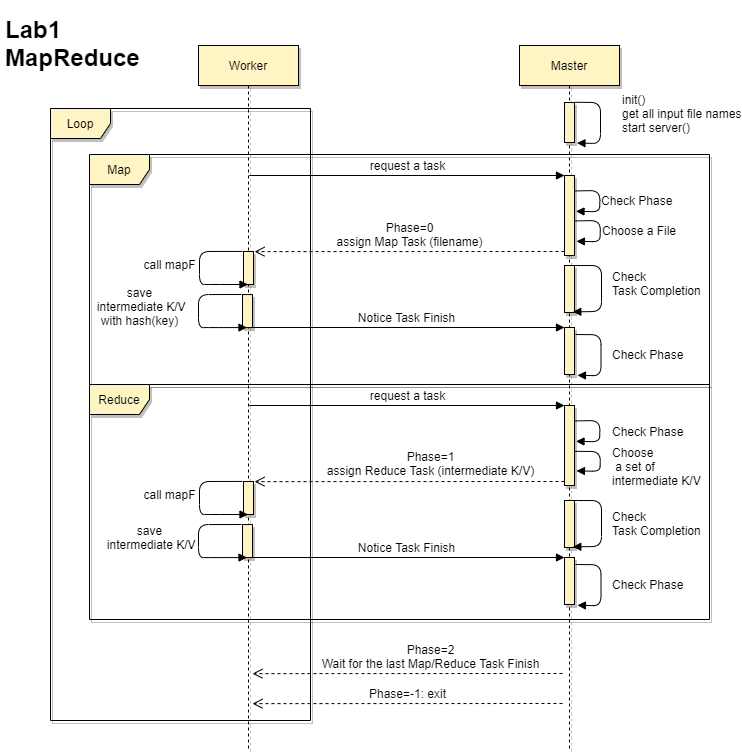
ricemaster/6.824-mit-2020 keeps this draw.io diagram as src/mr/img/seq.png. Above is the earlier version. Source tidied: cells renumbered, new cells last; positions are measured from the earlier drawing's top-left corner, leaving out a move shared by most shapes.
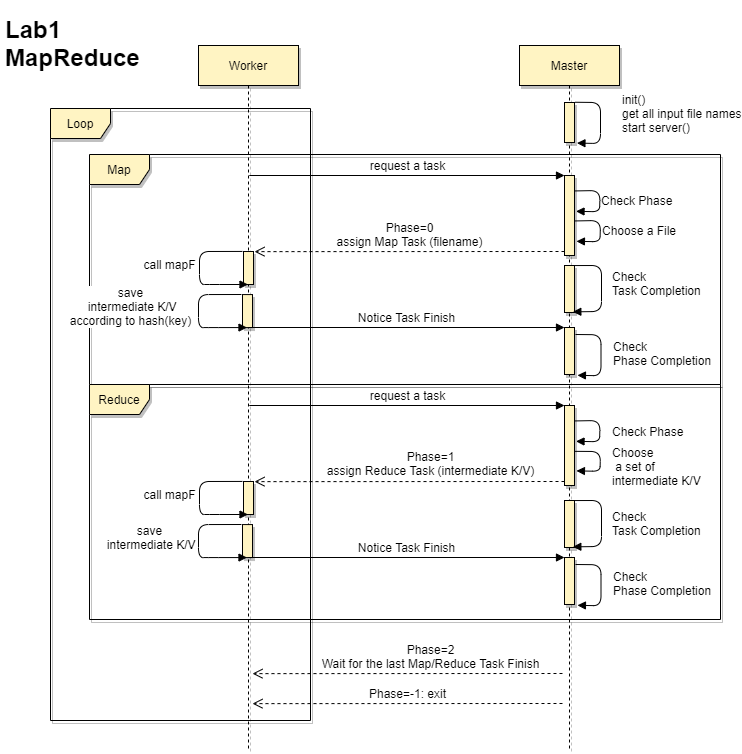
Later version of the same file.

The edit, as a diff of the source:
```diff
@@ -2,11 +2,14 @@
   <root>
     <mxCell id="0" />
     <mxCell id="1" parent="0" />
+    <mxCell id="39" value="Loop" style="shape=umlFrame;whiteSpace=wrap;html=1;shadow=1;fillColor=#FFF4C3;" parent="1" vertex="1">
+      <mxGeometry x="50" y="98" width="260" height="612" as="geometry" />
+    </mxCell>
     <mxCell id="2" value="&lt;font style=&quot;font-size: 10px&quot;&gt;Map&lt;br&gt;&lt;/font&gt;" style="shape=umlFrame;whiteSpace=wrap;html=1;shadow=1;fillColor=#FFF4C3;" parent="1" vertex="1">
-      <mxGeometry x="89" y="144" width="620" height="230" as="geometry" />
+      <mxGeometry x="89" y="144" width="631" height="230" as="geometry" />
     </mxCell>
     <mxCell id="3" value="Reduce" style="shape=umlFrame;whiteSpace=wrap;html=1;shadow=1;fillColor=#FFF4C3;" parent="1" vertex="1">
-      <mxGeometry x="89" y="374" width="620" height="235" as="geometry" />
+      <mxGeometry x="89" y="374" width="631" height="235" as="geometry" />
     </mxCell>
     <mxCell id="4" value="Worker" style="shape=umlLifeline;perimeter=lifelinePerimeter;whiteSpace=wrap;html=1;shadow=1;fillColor=#FFF4C3;" parent="1" vertex="1">
       <mxGeometry x="198" y="35" width="100" height="705" as="geometry" />
@@ -70,15 +73,15 @@
     <mxCell id="16" style="html=1;points=[];perimeter=orthogonalPerimeter;shadow=1;fillColor=#FFF4C3;" parent="1" vertex="1">
       <mxGeometry x="242" y="284.1" width="10" height="33" as="geometry" />
     </mxCell>
-    <mxCell id="17" value="save&lt;br&gt;&amp;nbsp;intermediate K/V&lt;br&gt;with hash(key)" style="html=1;verticalAlign=bottom;endArrow=block;exitX=-0.107;exitY=-0.002;exitDx=0;exitDy=0;exitPerimeter=0;" parent="1" edge="1" source="16">
-      <mxGeometry x="0.22" y="-59" relative="1" as="geometry">
+    <mxCell id="17" value="save&lt;br&gt;&amp;nbsp;intermediate K/V&lt;br&gt;according to hash(key)" style="html=1;verticalAlign=bottom;endArrow=block;exitX=-0.107;exitY=-0.002;exitDx=0;exitDy=0;exitPerimeter=0;" parent="1" edge="1" source="16">
+      <mxGeometry x="0.22" y="-68" relative="1" as="geometry">
         <mxPoint x="246.5" y="317.1" as="targetPoint" />
         <Array as="points">
           <mxPoint x="198" y="284.1" />
           <mxPoint x="198" y="317.1" />
           <mxPoint x="208" y="317.1" />
         </Array>
-        <mxPoint x="-59" y="-56" as="offset" />
+        <mxPoint x="-68" y="-65" as="offset" />
       </mxGeometry>
     </mxCell>
     <mxCell id="18" value="Notice Task Finish" style="html=1;verticalAlign=bottom;endArrow=block;entryX=0;entryY=0;" parent="1" edge="1" target="11">
@@ -86,14 +89,15 @@
         <mxPoint x="247.8" y="317" as="sourcePoint" />
       </mxGeometry>
     </mxCell>
-    <mxCell id="19" value="Check Phase" style="html=1;verticalAlign=bottom;endArrow=block;exitX=0.95;exitY=-0.006;exitDx=0;exitDy=0;exitPerimeter=0;entryX=1.144;entryY=1.015;entryDx=0;entryDy=0;entryPerimeter=0;align=left;" parent="1" edge="1">
-      <mxGeometry x="0.23" y="9" relative="1" as="geometry">
+    <mxCell id="19" value="Check&lt;br&gt;Phase Completion" style="html=1;verticalAlign=bottom;endArrow=block;exitX=0.95;exitY=-0.006;exitDx=0;exitDy=0;exitPerimeter=0;entryX=1.144;entryY=1.015;entryDx=0;entryDy=0;entryPerimeter=0;align=left;" parent="1" edge="1">
+      <mxGeometry x="0.48" y="-11" relative="1" as="geometry">
         <mxPoint x="575" y="324" as="sourcePoint" />
         <mxPoint x="576.9" y="364.8" as="targetPoint" />
         <Array as="points">
           <mxPoint x="600.5" y="324.2" />
           <mxPoint x="600.5" y="365.2" />
         </Array>
+        <mxPoint x="21" y="-5" as="offset" />
       </mxGeometry>
     </mxCell>
     <mxCell id="20" style="html=1;points=[];perimeter=orthogonalPerimeter;shadow=1;fillColor=#FFF4C3;" parent="1" vertex="1">
@@ -143,14 +147,15 @@
         <mxPoint x="247.8" y="547" as="sourcePoint" />
       </mxGeometry>
     </mxCell>
-    <mxCell id="29" value="Check Phase" style="html=1;verticalAlign=bottom;endArrow=block;exitX=0.95;exitY=-0.006;exitDx=0;exitDy=0;exitPerimeter=0;entryX=1.144;entryY=1.015;entryDx=0;entryDy=0;entryPerimeter=0;align=left;" parent="1" edge="1">
-      <mxGeometry x="0.23" y="9" relative="1" as="geometry">
+    <mxCell id="29" value="Check&lt;br&gt;Phase Completion" style="html=1;verticalAlign=bottom;endArrow=block;exitX=0.95;exitY=-0.006;exitDx=0;exitDy=0;exitPerimeter=0;entryX=1.144;entryY=1.015;entryDx=0;entryDy=0;entryPerimeter=0;align=left;" parent="1" edge="1">
+      <mxGeometry x="0.48" y="-11" relative="1" as="geometry">
         <mxPoint x="575" y="554" as="sourcePoint" />
         <mxPoint x="576.9" y="594.8" as="targetPoint" />
         <Array as="points">
           <mxPoint x="600.5" y="554.2" />
           <mxPoint x="600.5" y="595.2" />
         </Array>
+        <mxPoint x="21" y="-5" as="offset" />
       </mxGeometry>
     </mxCell>
     <mxCell id="30" value="Choose a File" style="html=1;verticalAlign=bottom;endArrow=block;exitX=1.043;exitY=0.568;exitDx=0;exitDy=0;exitPerimeter=0;entryX=1.144;entryY=1.015;entryDx=0;entryDy=0;entryPerimeter=0;align=left;" parent="1" edge="1" source="10">
@@ -219,8 +224,5 @@
         </Array>
       </mxGeometry>
     </mxCell>
-    <mxCell id="39" value="Loop" style="shape=umlFrame;whiteSpace=wrap;html=1;shadow=1;fillColor=#FFF4C3;" parent="1" vertex="1">
-      <mxGeometry x="50" y="98" width="260" height="612" as="geometry" />
-    </mxCell>
   </root>
 </mxGraphModel>
```
